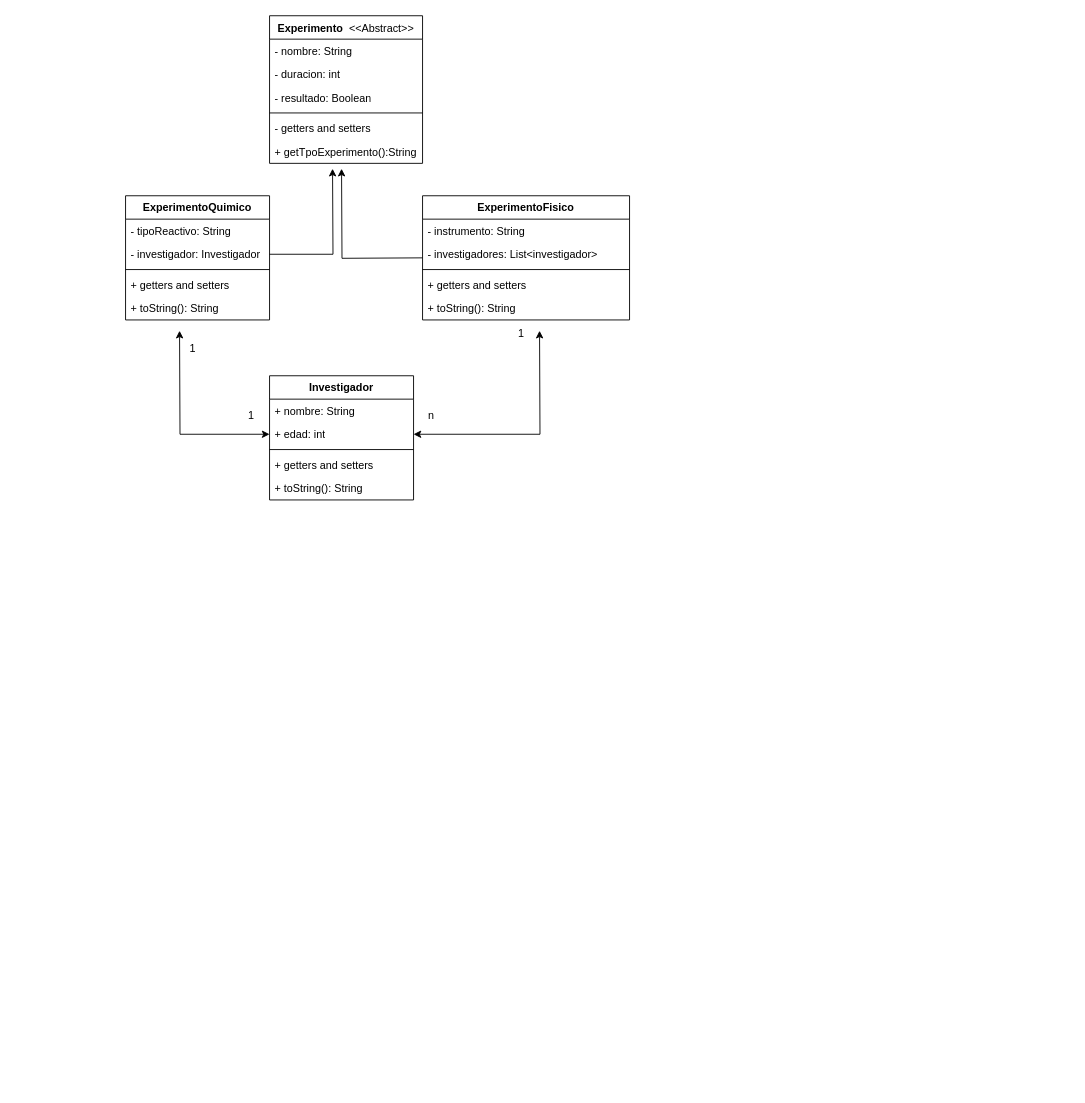
Earlier version of the draw.io diagram LaboratorioChad/LaboratorioChad.drawio (Gerardo-Rioss/Tpi_Java_informatorio2025). Source tidied: cells renumbered, new cells numbered last; positions are measured from the earlier drawing's top-left corner, leaving out a move shared by most shapes. Both pictures are drawn from the tidied source at 90%, with x=0, y=0 at pixel (125, 15).
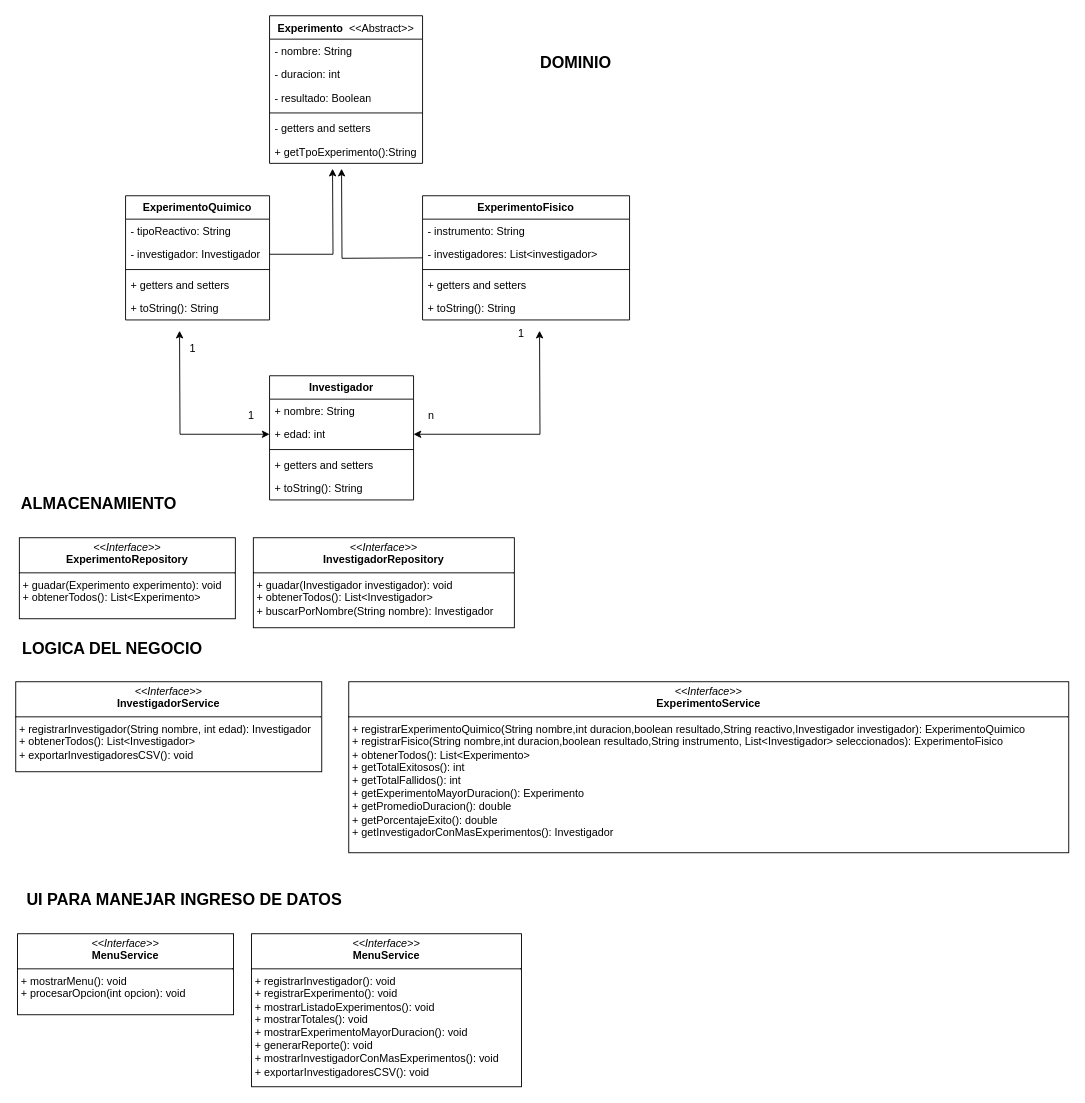
Above is the later version.

What changed in the source:
```diff
@@
+    <mxCell id="35" value="&lt;p style=&quot;margin:0px;margin-top:4px;text-align:center;&quot;&gt;&lt;i&gt;&amp;lt;&amp;lt;Interface&amp;gt;&amp;gt;&lt;/i&gt;&lt;br&gt;&lt;b&gt;ExperimentoRepository&lt;/b&gt;&lt;/p&gt;&lt;hr size=&quot;1&quot; style=&quot;border-style:solid;&quot;&gt;&lt;p style=&quot;margin:0px;margin-left:4px;&quot;&gt;+ guadar(Experimento experimento): void&lt;/p&gt;&lt;p style=&quot;margin:0px;margin-left:4px;&quot;&gt;+ obtenerTodos(): List&amp;lt;Experimento&amp;gt;&lt;/p&gt;" style="verticalAlign=top;align=left;overflow=fill;html=1;whiteSpace=wrap;" parent="1" vertex="1">
+      <mxGeometry x="-118" y="580" width="240" height="90" as="geometry" />
+    </mxCell>
+    <mxCell id="36" value="&lt;p style=&quot;margin:0px;margin-top:4px;text-align:center;&quot;&gt;&lt;i&gt;&amp;lt;&amp;lt;Interface&amp;gt;&amp;gt;&lt;/i&gt;&lt;br&gt;&lt;b&gt;InvestigadorRepository&lt;/b&gt;&lt;/p&gt;&lt;hr size=&quot;1&quot; style=&quot;border-style:solid;&quot;&gt;&lt;p style=&quot;margin:0px;margin-left:4px;&quot;&gt;+ guadar(Investigador investigador): void&lt;/p&gt;&lt;p style=&quot;margin:0px;margin-left:4px;&quot;&gt;+ obtenerTodos(): List&amp;lt;Investigador&amp;gt;&lt;/p&gt;&lt;p style=&quot;margin:0px;margin-left:4px;&quot;&gt;+ buscarPorNombre(String nombre): Investigador&lt;/p&gt;" style="verticalAlign=top;align=left;overflow=fill;html=1;whiteSpace=wrap;" parent="1" vertex="1">
+      <mxGeometry x="142" y="580" width="290" height="100" as="geometry" />
+    </mxCell>
+    <mxCell id="37" value="&lt;p style=&quot;margin:0px;margin-top:4px;text-align:center;&quot;&gt;&lt;i&gt;&amp;lt;&amp;lt;Interface&amp;gt;&amp;gt;&lt;/i&gt;&lt;br&gt;&lt;b&gt;MenuService&lt;/b&gt;&lt;/p&gt;&lt;hr size=&quot;1&quot; style=&quot;border-style:solid;&quot;&gt;&lt;p style=&quot;margin:0px;margin-left:4px;&quot;&gt;+ mostrarMenu(): void&lt;/p&gt;&lt;p style=&quot;margin:0px;margin-left:4px;&quot;&gt;+ procesarOpcion(int opcion): void&lt;/p&gt;" style="verticalAlign=top;align=left;overflow=fill;html=1;whiteSpace=wrap;" parent="1" vertex="1">
+      <mxGeometry x="-120" y="1020" width="240" height="90" as="geometry" />
+    </mxCell>
+    <mxCell id="38" value="&lt;p style=&quot;margin:0px;margin-top:4px;text-align:center;&quot;&gt;&lt;i&gt;&amp;lt;&amp;lt;Interface&amp;gt;&amp;gt;&lt;/i&gt;&lt;br&gt;&lt;b&gt;MenuService&lt;/b&gt;&lt;/p&gt;&lt;hr size=&quot;1&quot; style=&quot;border-style:solid;&quot;&gt;&lt;p style=&quot;margin:0px;margin-left:4px;&quot;&gt;+ registrarInvestigador(): void&lt;/p&gt;&lt;p style=&quot;margin:0px;margin-left:4px;&quot;&gt;+ registrarExperimento(): void&lt;/p&gt;&lt;p style=&quot;margin:0px;margin-left:4px;&quot;&gt;+ mostrarListadoExperimentos(): void&lt;/p&gt;&lt;p style=&quot;margin:0px;margin-left:4px;&quot;&gt;+ mostrarTotales(): void&lt;/p&gt;&lt;p style=&quot;margin:0px;margin-left:4px;&quot;&gt;+ mostrarExperimentoMayorDuracion(): void&lt;/p&gt;&lt;p style=&quot;margin:0px;margin-left:4px;&quot;&gt;+ generarReporte(): void&lt;/p&gt;&lt;p style=&quot;margin:0px;margin-left:4px;&quot;&gt;+ mostrarInvestigadorConMasExperimentos(): void&lt;/p&gt;&lt;p style=&quot;margin:0px;margin-left:4px;&quot;&gt;+ exportarInvestigadoresCSV(): void&lt;/p&gt;&lt;div&gt;&lt;br&gt;&lt;/div&gt;&lt;div&gt;&lt;br&gt;&lt;/div&gt;" style="verticalAlign=top;align=left;overflow=fill;html=1;whiteSpace=wrap;" parent="1" vertex="1">
+      <mxGeometry x="140" y="1020" width="300" height="170" as="geometry" />
+    </mxCell>
+    <mxCell id="39" value="&lt;p style=&quot;margin:0px;margin-top:4px;text-align:center;&quot;&gt;&lt;i&gt;&amp;lt;&amp;lt;Interface&amp;gt;&amp;gt;&lt;/i&gt;&lt;br&gt;&lt;b&gt;InvestigadorService&lt;/b&gt;&lt;/p&gt;&lt;hr size=&quot;1&quot; style=&quot;border-style:solid;&quot;&gt;&lt;p style=&quot;margin:0px;margin-left:4px;&quot;&gt;+ registrarInvestigador(String nombre, int edad): Investigador&lt;/p&gt;&lt;p style=&quot;margin:0px;margin-left:4px;&quot;&gt;+ obtenerTodos(): List&amp;lt;Investigador&amp;gt;&lt;/p&gt;&lt;p style=&quot;margin:0px;margin-left:4px;&quot;&gt;+ exportarInvestigadoresCSV(): void&lt;/p&gt;" style="verticalAlign=top;align=left;overflow=fill;html=1;whiteSpace=wrap;" parent="1" vertex="1">
+      <mxGeometry x="-122" y="740" width="340" height="100" as="geometry" />
+    </mxCell>
+    <mxCell id="40" value="&lt;p style=&quot;margin:0px;margin-top:4px;text-align:center;&quot;&gt;&lt;i&gt;&amp;lt;&amp;lt;Interface&amp;gt;&amp;gt;&lt;/i&gt;&lt;br&gt;&lt;b&gt;ExperimentoService&lt;/b&gt;&lt;/p&gt;&lt;hr size=&quot;1&quot; style=&quot;border-style:solid;&quot;&gt;&lt;p style=&quot;margin:0px;margin-left:4px;&quot;&gt;+ registrarExperimentoQuimico(String nombre,int duracion,boolean resultado,String reactivo,Investigador investigador): ExperimentoQuimico&lt;/p&gt;&lt;p style=&quot;margin:0px;margin-left:4px;&quot;&gt;+ registrarFisico(String nombre,int duracion,boolean resultado,String instrumento, List&amp;lt;Investigador&amp;gt; seleccionados): ExperimentoFisico&lt;/p&gt;&lt;p style=&quot;margin:0px;margin-left:4px;&quot;&gt;+ obtenerTodos(): List&amp;lt;Experimento&amp;gt;&lt;br&gt;+ getTotalExitosos(): int&lt;br&gt;+ getTotalFallidos(): int&lt;br&gt;+ getExperimentoMayorDuracion(): Experimento&lt;br&gt;+ getPromedioDuracion(): double&lt;br&gt;+ getPorcentajeExito(): double&lt;br&gt;+ getInvestigadorConMasExperimentos(): Investigador&lt;/p&gt;&lt;br&gt;&lt;div&gt;&lt;br&gt;&lt;/div&gt;&lt;div&gt;&lt;br&gt;&lt;/div&gt;" style="verticalAlign=top;align=left;overflow=fill;html=1;whiteSpace=wrap;" parent="1" vertex="1">
+      <mxGeometry x="248" y="740" width="800" height="190" as="geometry" />
+    </mxCell>
+    <mxCell id="41" value="&lt;font style=&quot;font-size: 18px;&quot;&gt;ALMACENAMIENTO&lt;/font&gt;" style="text;align=center;fontStyle=1;verticalAlign=middle;spacingLeft=3;spacingRight=3;strokeColor=none;html=1;" parent="1" vertex="1">
+      <mxGeometry x="-70" y="530" width="80" height="26" as="geometry" />
+    </mxCell>
+    <mxCell id="42" value="&lt;font style=&quot;font-size: 18px;&quot;&gt;LOGICA DEL NEGOCIO&lt;/font&gt;" style="text;align=center;fontStyle=1;verticalAlign=middle;spacingLeft=3;spacingRight=3;strokeColor=none;html=1;" parent="1" vertex="1">
+      <mxGeometry x="-55" y="691" width="80" height="26" as="geometry" />
+    </mxCell>
+    <mxCell id="43" value="&lt;font style=&quot;font-size: 18px;&quot;&gt;UI PARA MANEJAR INGRESO DE DATOS&lt;/font&gt;" style="text;align=center;fontStyle=1;verticalAlign=middle;spacingLeft=3;spacingRight=3;strokeColor=none;html=1;" parent="1" vertex="1">
+      <mxGeometry x="25" y="970" width="80" height="26" as="geometry" />
+    </mxCell>
+    <mxCell id="44" value="&lt;font style=&quot;font-size: 18px;&quot;&gt;DOMINIO&lt;/font&gt;" style="text;align=center;fontStyle=1;verticalAlign=middle;spacingLeft=3;spacingRight=3;strokeColor=none;html=1;" parent="1" vertex="1">
+      <mxGeometry x="460" y="40" width="80" height="26" as="geometry" />
+    </mxCell>
```
